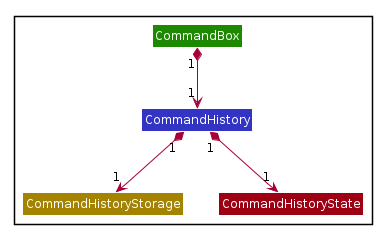
The PlantUML diagram images/CommandHistoryClassDiagram.png in AY1920S2-CS2103T-F11-2/main, before a commit.
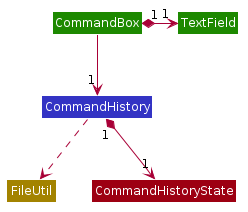
After the commit.

The edit, as a diff of the source:
```diff
@@ -48,15 +48,15 @@
 hide members
 hide circle
 
-Package {
-    Class CommandBox #1D8900
-    Class CommandHistory #3333C4
-    Class CommandHistoryStorage #A38300
-    Class CommandHistoryState #9D0012
-}
+Class CommandBox #1D8900
+Class TextField #1D8900
+Class CommandHistory #3333C4
+Class FileUtil #A38300
+Class CommandHistoryState #9D0012
 
-CommandBox "1" *--> "1" CommandHistory
-CommandHistory "1" *--> "1" CommandHistoryStorage
+CommandBox --> "1" CommandHistory
+CommandBox "1" *-right> "1" TextField
+CommandHistory ..> FileUtil
 CommandHistory "1" *--> "1" CommandHistoryState
 
 @enduml
```
